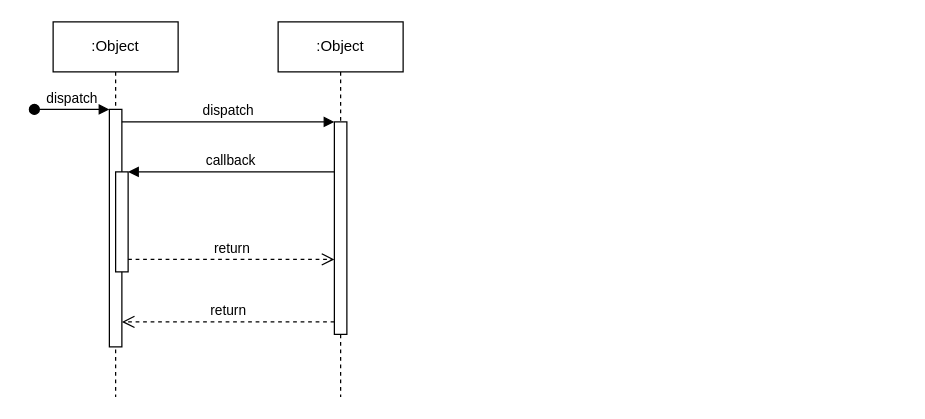
Before: Untitled Diagram.drawio in exco-consulting/draw.io_HLD, a draw.io diagram. Source tidied: cells renumbered, new cells numbered last; positions are measured from the earlier drawing's top-left corner, leaving out a move shared by most shapes. Both pictures are drawn from the tidied source at 125%, with x=0, y=0 at pixel (34, 21).
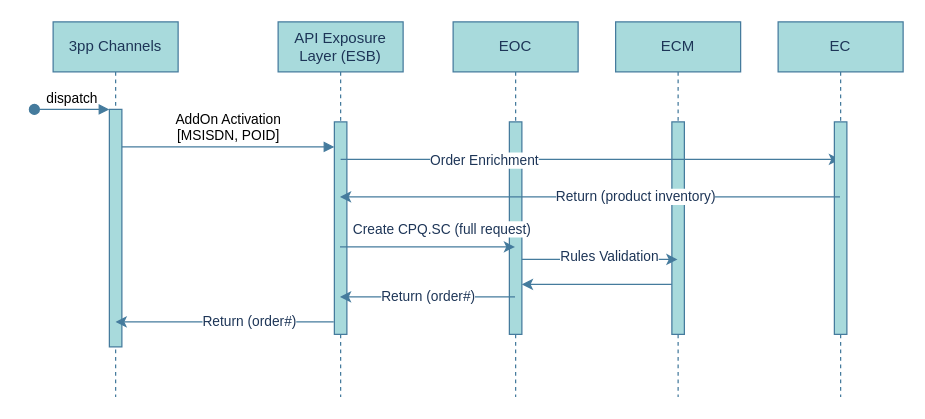
The same diagram, later.

Commit message:
ISAT - Architecture Evolution slides.drawio

What changed in the source:
```diff
@@
-    <mxCell id="2" value=":Object" style="shape=umlLifeline;perimeter=lifelinePerimeter;whiteSpace=wrap;html=1;newEdgeStyle={&quot;edgeStyle&quot;:&quot;elbowEdgeStyle&quot;,&quot;elbow&quot;:&quot;vertical&quot;,&quot;curved&quot;:0,&quot;rounded&quot;:0};" parent="1" vertex="1">
+    <mxCell id="2" value="3pp Channels" style="shape=umlLifeline;perimeter=lifelinePerimeter;whiteSpace=wrap;html=1;newEdgeStyle={&quot;edgeStyle&quot;:&quot;elbowEdgeStyle&quot;,&quot;elbow&quot;:&quot;vertical&quot;,&quot;curved&quot;:0,&quot;rounded&quot;:0};labelBackgroundColor=none;fillColor=#A8DADC;strokeColor=#457B9D;fontColor=#1D3557;" parent="1" vertex="1">
       <mxGeometry x="15" width="100" height="300" as="geometry" />
     </mxCell>
-    <mxCell id="3" style="html=1;points=[];perimeter=orthogonalPerimeter;outlineConnect=0;targetShapes=umlLifeline;portConstraint=eastwest;newEdgeStyle={&quot;edgeStyle&quot;:&quot;elbowEdgeStyle&quot;,&quot;elbow&quot;:&quot;vertical&quot;,&quot;curved&quot;:0,&quot;rounded&quot;:0};" parent="2" vertex="1">
+    <mxCell id="3" style="html=1;points=[];perimeter=orthogonalPerimeter;outlineConnect=0;targetShapes=umlLifeline;portConstraint=eastwest;newEdgeStyle={&quot;edgeStyle&quot;:&quot;elbowEdgeStyle&quot;,&quot;elbow&quot;:&quot;vertical&quot;,&quot;curved&quot;:0,&quot;rounded&quot;:0};labelBackgroundColor=none;fillColor=#A8DADC;strokeColor=#457B9D;fontColor=#1D3557;" parent="2" vertex="1">
       <mxGeometry x="45" y="70" width="10" height="190" as="geometry" />
     </mxCell>
-    <mxCell id="4" value="dispatch" style="html=1;verticalAlign=bottom;startArrow=oval;endArrow=block;startSize=8;edgeStyle=elbowEdgeStyle;elbow=vertical;curved=0;rounded=0;" parent="2" edge="1" target="3">
+    <mxCell id="4" value="dispatch" style="html=1;verticalAlign=bottom;startArrow=oval;endArrow=block;startSize=8;edgeStyle=elbowEdgeStyle;elbow=vertical;curved=0;rounded=0;labelBackgroundColor=none;strokeColor=#457B9D;fontColor=default;" parent="2" edge="1" target="3">
       <mxGeometry relative="1" as="geometry">
         <mxPoint x="-15" y="70" as="sourcePoint" />
       </mxGeometry>
     </mxCell>
-    <mxCell id="5" style="html=1;points=[];perimeter=orthogonalPerimeter;outlineConnect=0;targetShapes=umlLifeline;portConstraint=eastwest;newEdgeStyle={&quot;edgeStyle&quot;:&quot;elbowEdgeStyle&quot;,&quot;elbow&quot;:&quot;vertical&quot;,&quot;curved&quot;:0,&quot;rounded&quot;:0};" parent="2" vertex="1">
-      <mxGeometry x="50" y="120" width="10" height="80" as="geometry" />
-    </mxCell>
-    <mxCell id="6" value=":Object" style="shape=umlLifeline;perimeter=lifelinePerimeter;whiteSpace=wrap;html=1;newEdgeStyle={&quot;edgeStyle&quot;:&quot;elbowEdgeStyle&quot;,&quot;elbow&quot;:&quot;vertical&quot;,&quot;curved&quot;:0,&quot;rounded&quot;:0};" parent="1" vertex="1">
+    <mxCell id="6" value="API Exposure Layer (ESB)" style="shape=umlLifeline;perimeter=lifelinePerimeter;whiteSpace=wrap;html=1;newEdgeStyle={&quot;edgeStyle&quot;:&quot;elbowEdgeStyle&quot;,&quot;elbow&quot;:&quot;vertical&quot;,&quot;curved&quot;:0,&quot;rounded&quot;:0};labelBackgroundColor=none;fillColor=#A8DADC;strokeColor=#457B9D;fontColor=#1D3557;" parent="1" vertex="1">
       <mxGeometry x="195" width="100" height="300" as="geometry" />
     </mxCell>
-    <mxCell id="7" style="html=1;points=[];perimeter=orthogonalPerimeter;outlineConnect=0;targetShapes=umlLifeline;portConstraint=eastwest;newEdgeStyle={&quot;edgeStyle&quot;:&quot;elbowEdgeStyle&quot;,&quot;elbow&quot;:&quot;vertical&quot;,&quot;curved&quot;:0,&quot;rounded&quot;:0};" parent="6" vertex="1">
+    <mxCell id="7" style="html=1;points=[];perimeter=orthogonalPerimeter;outlineConnect=0;targetShapes=umlLifeline;portConstraint=eastwest;newEdgeStyle={&quot;edgeStyle&quot;:&quot;elbowEdgeStyle&quot;,&quot;elbow&quot;:&quot;vertical&quot;,&quot;curved&quot;:0,&quot;rounded&quot;:0};labelBackgroundColor=none;fillColor=#A8DADC;strokeColor=#457B9D;fontColor=#1D3557;" parent="6" vertex="1">
       <mxGeometry x="45" y="80" width="10" height="170" as="geometry" />
     </mxCell>
-    <mxCell id="8" value="dispatch" style="html=1;verticalAlign=bottom;endArrow=block;edgeStyle=elbowEdgeStyle;elbow=vertical;curved=0;rounded=0;" parent="1" edge="1" source="3" target="7">
+    <mxCell id="8" value="AddOn Activation&lt;div&gt;[MSISDN, POID]&lt;/div&gt;" style="html=1;verticalAlign=bottom;endArrow=block;edgeStyle=elbowEdgeStyle;elbow=vertical;curved=0;rounded=0;labelBackgroundColor=none;strokeColor=#457B9D;fontColor=default;" parent="1" edge="1">
       <mxGeometry relative="1" as="geometry">
+        <mxPoint x="70" y="100" as="sourcePoint" />
+        <mxPoint x="240" y="100" as="targetPoint" />
         <Array as="points">
-          <mxPoint x="155" y="80" />
+          <mxPoint x="155" y="100" />
         </Array>
       </mxGeometry>
     </mxCell>
-    <mxCell id="9" value="return" style="html=1;verticalAlign=bottom;endArrow=open;dashed=1;endSize=8;edgeStyle=elbowEdgeStyle;elbow=vertical;curved=0;rounded=0;" parent="1" edge="1" source="7" target="3">
-      <mxGeometry relative="1" as="geometry">
-        <Array as="points">
-          <mxPoint x="165" y="240" />
-        </Array>
-      </mxGeometry>
-    </mxCell>
-    <mxCell id="10" value="callback" style="html=1;verticalAlign=bottom;endArrow=block;edgeStyle=elbowEdgeStyle;elbow=vertical;curved=0;rounded=0;" parent="1" edge="1" source="7" target="5">
-      <mxGeometry relative="1" as="geometry">
-        <Array as="points">
-          <mxPoint x="165" y="120" />
-        </Array>
-      </mxGeometry>
-    </mxCell>
-    <mxCell id="11" value="return" style="html=1;verticalAlign=bottom;endArrow=open;dashed=1;endSize=8;edgeStyle=elbowEdgeStyle;elbow=vertical;curved=0;rounded=0;" parent="1" edge="1" source="5" target="7">
-      <mxGeometry relative="1" as="geometry">
-        <Array as="points">
-          <mxPoint x="155" y="190" />
-        </Array>
-      </mxGeometry>
-    </mxCell>
+    <mxCell id="12" value="EOC" style="shape=umlLifeline;perimeter=lifelinePerimeter;whiteSpace=wrap;html=1;newEdgeStyle={&quot;edgeStyle&quot;:&quot;elbowEdgeStyle&quot;,&quot;elbow&quot;:&quot;vertical&quot;,&quot;curved&quot;:0,&quot;rounded&quot;:0};labelBackgroundColor=none;fillColor=#A8DADC;strokeColor=#457B9D;fontColor=#1D3557;" parent="1" vertex="1">
+      <mxGeometry x="335" width="100" height="300" as="geometry" />
+    </mxCell>
+    <mxCell id="13" style="html=1;perimeter=orthogonalPerimeter;targetShapes=umlLifeline;newEdgeStyle={&quot;edgeStyle&quot;:&quot;elbowEdgeStyle&quot;,&quot;elbow&quot;:&quot;vertical&quot;,&quot;curved&quot;:0,&quot;rounded&quot;:0};labelBackgroundColor=none;fillColor=#A8DADC;strokeColor=#457B9D;fontColor=#1D3557;" parent="12" vertex="1">
+      <mxGeometry x="45" y="80" width="10" height="170" as="geometry" />
+    </mxCell>
+    <mxCell id="14" value="ECM" style="shape=umlLifeline;perimeter=lifelinePerimeter;whiteSpace=wrap;html=1;newEdgeStyle={&quot;edgeStyle&quot;:&quot;elbowEdgeStyle&quot;,&quot;elbow&quot;:&quot;vertical&quot;,&quot;curved&quot;:0,&quot;rounded&quot;:0};labelBackgroundColor=none;fillColor=#A8DADC;strokeColor=#457B9D;fontColor=#1D3557;" parent="1" vertex="1">
+      <mxGeometry x="465" width="100" height="300" as="geometry" />
+    </mxCell>
+    <mxCell id="15" style="html=1;perimeter=orthogonalPerimeter;targetShapes=umlLifeline;newEdgeStyle={&quot;edgeStyle&quot;:&quot;elbowEdgeStyle&quot;,&quot;elbow&quot;:&quot;vertical&quot;,&quot;curved&quot;:0,&quot;rounded&quot;:0};labelBackgroundColor=none;fillColor=#A8DADC;strokeColor=#457B9D;fontColor=#1D3557;" parent="14" vertex="1">
+      <mxGeometry x="45" y="80" width="10" height="170" as="geometry" />
+    </mxCell>
+    <mxCell id="16" style="endArrow=classic;html=1;rounded=0;labelBackgroundColor=none;strokeColor=#457B9D;fontColor=default;" parent="1" edge="1">
+      <mxGeometry relative="1" as="geometry">
+        <mxPoint x="245" y="110" as="sourcePoint" />
+        <mxPoint x="644.5" y="110" as="targetPoint" />
+      </mxGeometry>
+    </mxCell>
+    <mxCell id="17" value="Order Enrichment" style="edgeLabel;html=1;align=center;verticalAlign=middle;strokeColor=#457B9D;fontColor=#1D3557;fillColor=#A8DADC;" parent="16" vertex="1">
+      <mxGeometry x="-0.43" relative="1" as="geometry" />
+    </mxCell>
+    <mxCell id="18" value="EC" style="shape=umlLifeline;perimeter=lifelinePerimeter;whiteSpace=wrap;html=1;newEdgeStyle={&quot;edgeStyle&quot;:&quot;elbowEdgeStyle&quot;,&quot;elbow&quot;:&quot;vertical&quot;,&quot;curved&quot;:0,&quot;rounded&quot;:0};labelBackgroundColor=none;fillColor=#A8DADC;strokeColor=#457B9D;fontColor=#1D3557;" parent="1" vertex="1">
+      <mxGeometry x="595" width="100" height="300" as="geometry" />
+    </mxCell>
+    <mxCell id="19" style="html=1;perimeter=orthogonalPerimeter;targetShapes=umlLifeline;newEdgeStyle={&quot;edgeStyle&quot;:&quot;elbowEdgeStyle&quot;,&quot;elbow&quot;:&quot;vertical&quot;,&quot;curved&quot;:0,&quot;rounded&quot;:0};labelBackgroundColor=none;fillColor=#A8DADC;strokeColor=#457B9D;fontColor=#1D3557;" parent="18" vertex="1">
+      <mxGeometry x="45" y="80" width="10" height="170" as="geometry" />
+    </mxCell>
+    <mxCell id="20" style="endArrow=classic;html=1;rounded=0;strokeColor=#457B9D;fontColor=#1D3557;fillColor=#A8DADC;" parent="1" edge="1">
+      <mxGeometry relative="1" as="geometry">
+        <mxPoint x="644.5" y="140" as="sourcePoint" />
+        <mxPoint x="244.5" y="140" as="targetPoint" />
+      </mxGeometry>
+    </mxCell>
+    <mxCell id="21" value="Return (product inventory)" style="edgeLabel;html=1;align=center;verticalAlign=middle;strokeColor=#457B9D;fontColor=#1D3557;fillColor=#A8DADC;" parent="20" vertex="1">
+      <mxGeometry x="-0.18" y="-1" relative="1" as="geometry" />
+    </mxCell>
+    <mxCell id="22" style="endArrow=classic;html=1;rounded=0;strokeColor=#457B9D;fontColor=#1D3557;fillColor=#A8DADC;" parent="1" edge="1">
+      <mxGeometry relative="1" as="geometry">
+        <mxPoint x="244.5" y="180" as="sourcePoint" />
+        <mxPoint x="384.5" y="180" as="targetPoint" />
+      </mxGeometry>
+    </mxCell>
+    <mxCell id="23" value="Create CPQ.SC (full request)" style="edgeLabel;html=1;align=center;verticalAlign=middle;strokeColor=#457B9D;fontColor=#1D3557;fillColor=#A8DADC;" parent="22" vertex="1">
+      <mxGeometry x="0.28" y="-1" relative="1" as="geometry">
+        <mxPoint x="-9" y="-16" as="offset" />
+      </mxGeometry>
+    </mxCell>
+    <mxCell id="24" style="endArrow=classic;html=1;rounded=0;strokeColor=#457B9D;fontColor=#1D3557;fillColor=#A8DADC;" parent="1" edge="1">
+      <mxGeometry relative="1" as="geometry">
+        <mxPoint x="390" y="190" as="sourcePoint" />
+        <mxPoint x="514.5" y="190" as="targetPoint" />
+      </mxGeometry>
+    </mxCell>
+    <mxCell id="25" value="Rules Validation" style="edgeLabel;html=1;align=center;verticalAlign=middle;strokeColor=#457B9D;fontColor=#1D3557;fillColor=#A8DADC;" parent="24" vertex="1">
+      <mxGeometry x="0.11" y="3" relative="1" as="geometry" />
+    </mxCell>
+    <mxCell id="26" style="endArrow=classic;html=1;rounded=0;strokeColor=#457B9D;fontColor=#1D3557;fillColor=#A8DADC;" parent="1" edge="1">
+      <mxGeometry relative="1" as="geometry">
+        <mxPoint x="510" y="210" as="sourcePoint" />
+        <mxPoint x="390" y="210" as="targetPoint" />
+      </mxGeometry>
+    </mxCell>
+    <mxCell id="27" style="endArrow=classic;html=1;rounded=0;strokeColor=#457B9D;fontColor=#1D3557;fillColor=#A8DADC;" parent="1" edge="1">
+      <mxGeometry relative="1" as="geometry">
+        <mxPoint x="239.5" y="240" as="sourcePoint" />
+        <mxPoint x="65" y="240" as="targetPoint" />
+      </mxGeometry>
+    </mxCell>
+    <mxCell id="28" value="Return (order#)" style="edgeLabel;html=1;align=center;verticalAlign=middle;strokeColor=#457B9D;fontColor=#1D3557;fillColor=#A8DADC;" parent="27" vertex="1">
+      <mxGeometry x="-0.22" y="-1" relative="1" as="geometry" />
+    </mxCell>
+    <mxCell id="29" value="Return (order#)" style="endArrow=classic;html=1;rounded=0;strokeColor=#457B9D;fontColor=#1D3557;fillColor=#A8DADC;" parent="1" edge="1">
+      <mxGeometry relative="1" as="geometry">
+        <mxPoint x="384.5" y="220" as="sourcePoint" />
+        <mxPoint x="244.5" y="220" as="targetPoint" />
+      </mxGeometry>
+    </mxCell>
```
